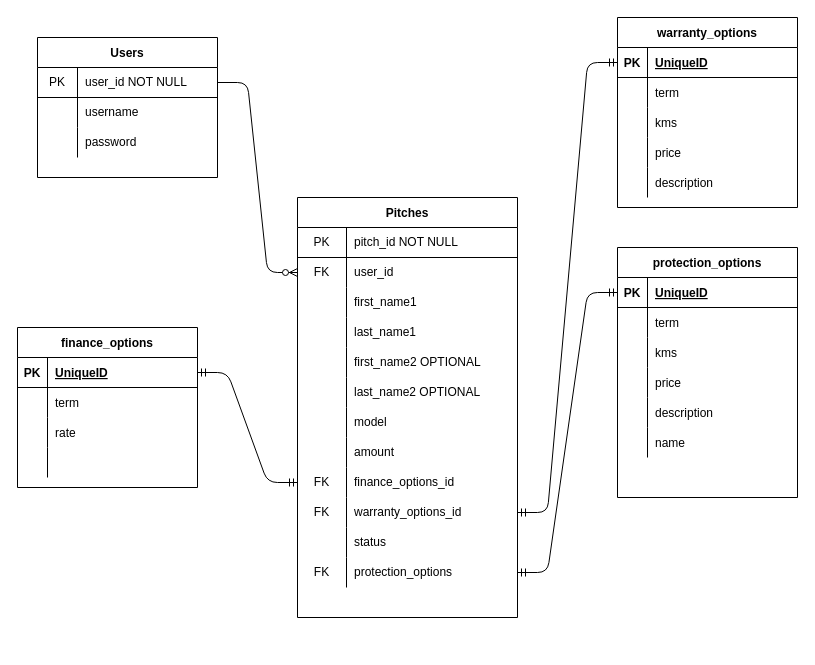
This is planning/database.drawio from Abaid77/Finance_Manager, a draw.io file, before an edit. Source tidied: cells renumbered, new cells numbered last; positions are measured from the earlier drawing's top-left corner, leaving out a move shared by most shapes. Both pictures are drawn from the tidied source at 100%, with x=0, y=0 at pixel (17, 17).
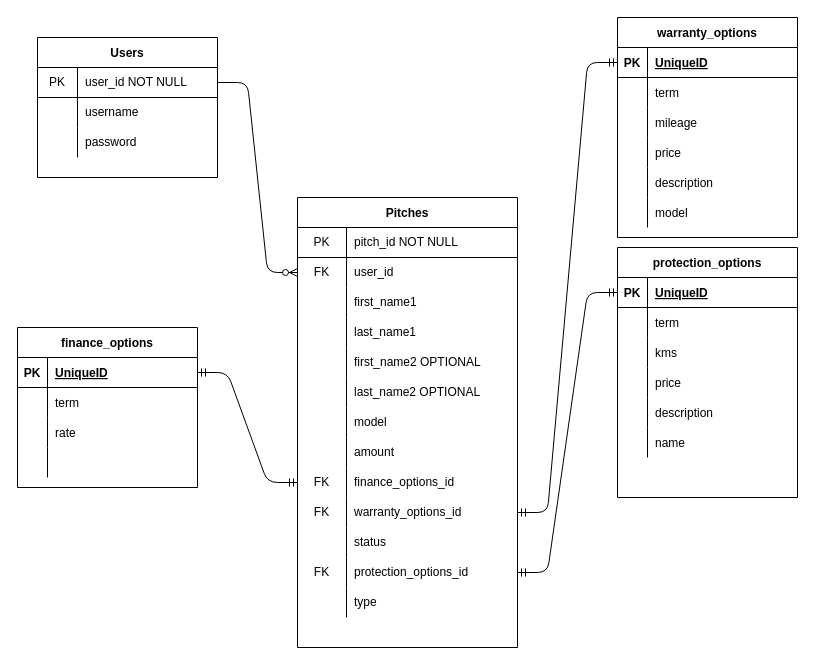
Above is the later version.

Commit message (it also covers changes not shown here):
add database schema file

The change refers to these unchanged cells:
```xml
<mxCell id="46" style="shape=partialRectangle;html=1;whiteSpace=wrap;fillColor=none;top=0;left=0;bottom=0;right=0;points=[[0,0.5],[1,0.5]];portConstraint=eastwest;" parent="12" vertex="1">
  <mxGeometry y="360" width="220" height="30" as="geometry" />
</mxCell>
<mxCell id="71" style="shape=partialRectangle;fillColor=none;top=0;left=0;bottom=0;right=0;" parent="64" vertex="1">
  <mxGeometry y="90" width="180" height="30" as="geometry" />
</mxCell>
```

The edit, as a diff of the source:
```diff
@@
     <mxCell id="12" value="Pitches" style="shape=table;startSize=30;childLayout=tableLayout;rowLines=0;fontStyle=1;align=center;" parent="1" vertex="1">
-      <mxGeometry x="280" y="180" width="220" height="420" as="geometry" />
+      <mxGeometry x="280" y="180" width="220" height="450" as="geometry" />
     </mxCell>
@@
-    <mxCell id="48" value="protection_options" style="shape=partialRectangle;html=1;whiteSpace=wrap;fillColor=none;top=0;left=0;bottom=0;right=0;align=left;spacingLeft=6;overflow=hidden;" parent="46" vertex="1">
+    <mxCell id="48" value="protection_options_id" style="shape=partialRectangle;html=1;whiteSpace=wrap;fillColor=none;top=0;left=0;bottom=0;right=0;align=left;spacingLeft=6;overflow=hidden;" parent="46" vertex="1">
       <mxGeometry x="49" width="171" height="30" as="geometry" />
     </mxCell>
+    <mxCell id="101" style="shape=partialRectangle;html=1;whiteSpace=wrap;fillColor=none;top=0;left=0;bottom=0;right=0;" parent="12" vertex="1">
+      <mxGeometry y="390" width="220" height="30" as="geometry" />
+    </mxCell>
+    <mxCell id="102" style="shape=partialRectangle;html=1;whiteSpace=wrap;fillColor=none;top=0;left=0;bottom=0;right=0;overflow=hidden;" parent="101" vertex="1">
+      <mxGeometry width="49" height="30" as="geometry" />
+    </mxCell>
+    <mxCell id="103" value="type" style="shape=partialRectangle;html=1;whiteSpace=wrap;fillColor=none;top=0;left=0;bottom=0;right=0;align=left;spacingLeft=6;overflow=hidden;" parent="101" vertex="1">
+      <mxGeometry x="49" width="171" height="30" as="geometry" />
+    </mxCell>
@@
     <mxCell id="64" value="warranty_options" style="shape=table;startSize=30;childLayout=tableLayout;rowLines=0;fontStyle=1;align=center;" parent="1" vertex="1">
-      <mxGeometry x="600" width="180" height="190" as="geometry" />
+      <mxGeometry x="600" width="180" height="220" as="geometry" />
     </mxCell>
@@
-    <mxCell id="73" value="kms" style="shape=partialRectangle;fillColor=none;top=0;left=0;bottom=0;right=0;align=left;spacingLeft=6;overflow=hidden;" parent="71" vertex="1">
+    <mxCell id="73" value="mileage" style="shape=partialRectangle;fillColor=none;top=0;left=0;bottom=0;right=0;align=left;spacingLeft=6;overflow=hidden;" parent="71" vertex="1">
       <mxGeometry x="30" width="150" height="30" as="geometry" />
     </mxCell>
@@
+    <mxCell id="104" style="shape=partialRectangle;fillColor=none;top=0;left=0;bottom=0;right=0;" parent="64" vertex="1">
+      <mxGeometry y="180" width="180" height="30" as="geometry" />
+    </mxCell>
+    <mxCell id="105" style="shape=partialRectangle;fillColor=none;top=0;left=0;bottom=0;right=0;overflow=hidden;" parent="104" vertex="1">
+      <mxGeometry width="30" height="30" as="geometry" />
+    </mxCell>
+    <mxCell id="106" value="model" style="shape=partialRectangle;fillColor=none;top=0;left=0;bottom=0;right=0;align=left;spacingLeft=6;overflow=hidden;" parent="104" vertex="1">
+      <mxGeometry x="30" width="150" height="30" as="geometry" />
+    </mxCell>
```
